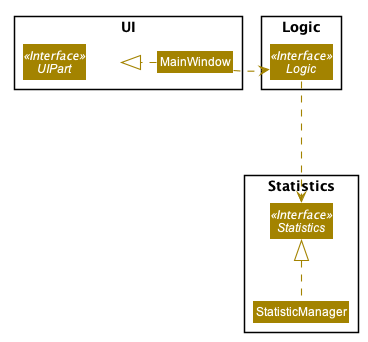
This is docs/images/statsOverallClassDiagram.png from nus-cs2103-AY1920S1/addressbook-level3, a PlantUML export, as it was before one commit. Source of this version:
```plantuml
@startuml








skinparam BackgroundColor #FFFFFFF

skinparam Shadowing false

skinparam Class {
    FontColor #FFFFFF
    BorderThickness 1
    BorderColor #FFFFFF
    StereotypeFontColor #FFFFFF
    FontName Arial
}

skinparam Actor {
    BorderColor #000000
    Color #000000
    FontName Arial
}

skinparam Sequence {
    MessageAlign center
    BoxFontSize 15
    BoxPadding 0
    BoxFontColor #FFFFFF
    FontName Arial
}

skinparam Participant {
    FontColor #FFFFFFF
    Padding 20
}

skinparam MinClassWidth 50
skinparam ParticipantPadding 10
skinparam Shadowing false
skinparam DefaultTextAlignment center
skinparam packageStyle Rectangle

hide footbox
hide members
hide circle

skinparam arrowThickness 1.1
skinparam arrowColor #A38300
skinparam classBackgroundColor #A38300

Package UI {
Interface UIPart <<Interface>>
class MainWindow
}
Package Logic {
Interface Logic <<Interface>>
}
Package Statistics {
Interface Statistics  <<Interface>>
class StatisticManager
}

MainWindow .left.|> UI
MainWindow .right.-> Logic

Logic .down.-> Statistics
StatisticManager .up.|> Statistics



@enduml
```
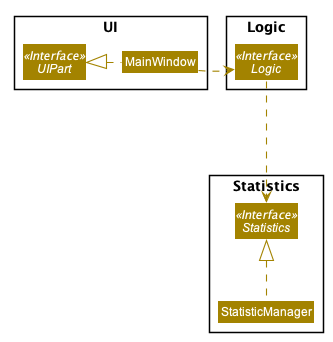
The same diagram one commit later.

Commit message:
changed overall diagram

Change to the diagram source:
```diff
@@ -64,7 +64,7 @@
 class StatisticManager
 }
 
-MainWindow .left.|> UI
+MainWindow .left.|> UIPart
 MainWindow .right.-> Logic
 
 Logic .down.-> Statistics
```
